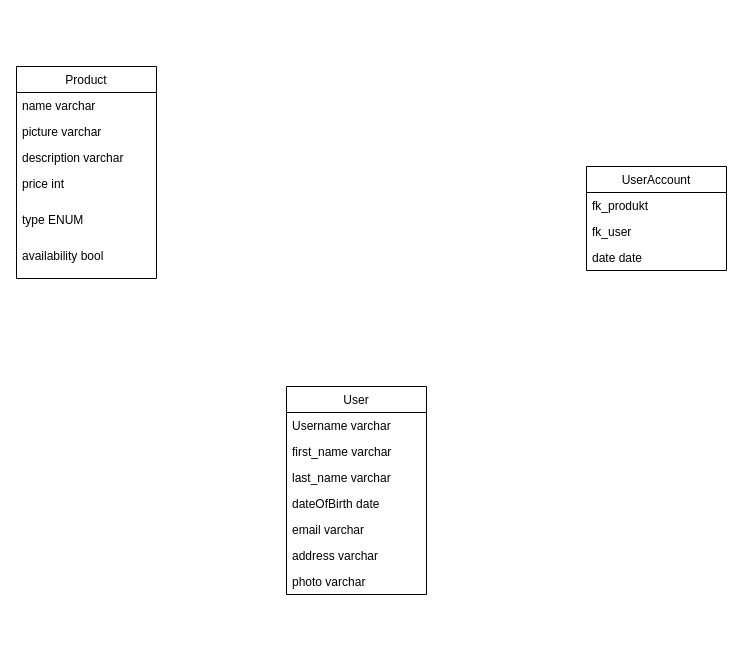
Before: database/database_ecommerce.drawio in ChavesJimmy/FSWD-TeamProject-Group9, a draw.io diagram. Source tidied: cells renumbered, new cells numbered last; positions are measured from the earlier drawing's top-left corner, leaving out a move shared by most shapes. Both pictures are drawn from the tidied source at 100%, with x=0, y=0 at pixel (16, 66).
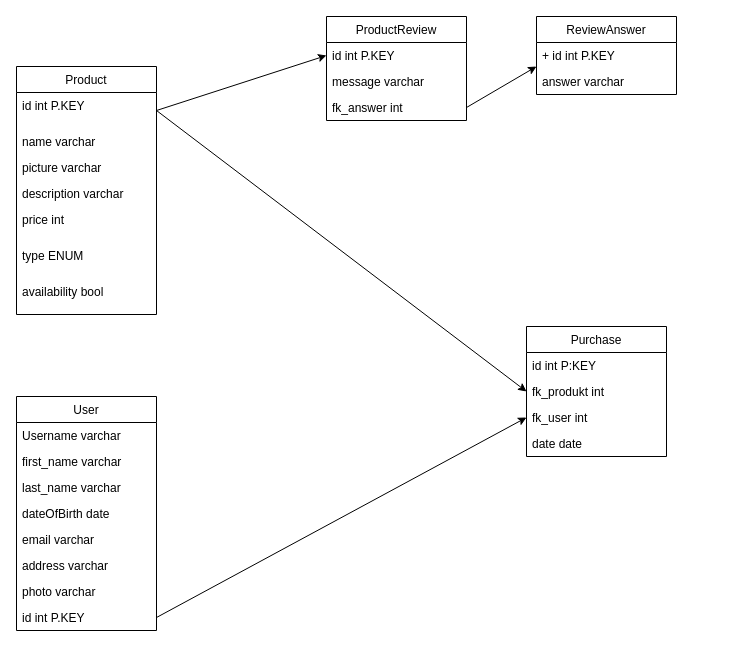
Above is the later version.

Diff of the diagram source:
```diff
@@
     <mxCell id="2" value="Product" style="swimlane;fontStyle=0;horizontal=1;startSize=26;fillColor=none;" parent="1" vertex="1">
-      <mxGeometry width="140" height="212" as="geometry" />
+      <mxGeometry width="140" height="248" as="geometry" />
     </mxCell>
+    <mxCell id="21" value="id int P.KEY" style="text;strokeColor=none;fillColor=none;align=left;verticalAlign=top;spacingLeft=4;spacingRight=4;overflow=hidden;points=[[0,0.5],[1,0.5]];portConstraint=eastwest;" parent="2" vertex="1">
+      <mxGeometry y="26" width="140" height="36" as="geometry" />
+    </mxCell>
     <mxCell id="3" value="name varchar" style="text;strokeColor=none;fillColor=none;align=left;verticalAlign=top;spacingLeft=4;spacingRight=4;overflow=hidden;" parent="2" vertex="1">
-      <mxGeometry y="26" width="140" height="26" as="geometry" />
+      <mxGeometry y="62" width="140" height="26" as="geometry" />
     </mxCell>
     <mxCell id="4" value="picture varchar" style="text;strokeColor=none;fillColor=none;align=left;verticalAlign=top;spacingLeft=4;spacingRight=4;overflow=hidden;" parent="2" vertex="1">
-      <mxGeometry y="52" width="140" height="26" as="geometry" />
+      <mxGeometry y="88" width="140" height="26" as="geometry" />
     </mxCell>
     <mxCell id="5" value="description varchar" style="text;strokeColor=none;fillColor=none;align=left;verticalAlign=top;spacingLeft=4;spacingRight=4;overflow=hidden;" parent="2" vertex="1">
-      <mxGeometry y="78" width="140" height="26" as="geometry" />
+      <mxGeometry y="114" width="140" height="26" as="geometry" />
     </mxCell>
     <mxCell id="6" value="price int" style="text;strokeColor=none;fillColor=none;align=left;verticalAlign=top;spacingLeft=4;spacingRight=4;overflow=hidden;" parent="2" vertex="1">
-      <mxGeometry y="104" width="140" height="36" as="geometry" />
+      <mxGeometry y="140" width="140" height="36" as="geometry" />
     </mxCell>
     <mxCell id="7" value="type ENUM" style="text;strokeColor=none;fillColor=none;align=left;verticalAlign=top;spacingLeft=4;spacingRight=4;overflow=hidden;" parent="2" vertex="1">
-      <mxGeometry y="140" width="140" height="36" as="geometry" />
+      <mxGeometry y="176" width="140" height="36" as="geometry" />
     </mxCell>
     <mxCell id="8" value="availability bool" style="text;strokeColor=none;fillColor=none;align=left;verticalAlign=top;spacingLeft=4;spacingRight=4;overflow=hidden;" parent="2" vertex="1">
-      <mxGeometry y="176" width="140" height="36" as="geometry" />
+      <mxGeometry y="212" width="140" height="36" as="geometry" />
     </mxCell>
     <mxCell id="9" value="User" style="swimlane;fontStyle=0;horizontal=1;startSize=26;fillColor=none;" parent="1" vertex="1">
-      <mxGeometry x="270" y="320" width="140" height="208" as="geometry" />
+      <mxGeometry y="330" width="140" height="234" as="geometry" />
     </mxCell>
@@
+    <mxCell id="22" value="id int P.KEY" style="text;strokeColor=none;fillColor=none;align=left;verticalAlign=top;spacingLeft=4;spacingRight=4;overflow=hidden;points=[[0,0.5],[1,0.5]];portConstraint=eastwest;" parent="9" vertex="1">
+      <mxGeometry y="208" width="140" height="26" as="geometry" />
+    </mxCell>
-    <mxCell id="17" value="UserAccount" style="swimlane;fontStyle=0;horizontal=1;startSize=26;fillColor=none;" parent="1" vertex="1">
-      <mxGeometry x="570" y="100" width="140" height="104" as="geometry" />
+    <mxCell id="17" value="Purchase" style="swimlane;fontStyle=0;horizontal=1;startSize=26;fillColor=none;" parent="1" vertex="1">
+      <mxGeometry x="510" y="260" width="140" height="130" as="geometry" />
     </mxCell>
+    <mxCell id="23" value="id int P:KEY" style="text;strokeColor=none;fillColor=none;align=left;verticalAlign=top;spacingLeft=4;spacingRight=4;overflow=hidden;" parent="17" vertex="1">
+      <mxGeometry y="26" width="140" height="26" as="geometry" />
+    </mxCell>
-    <mxCell id="18" value="fk_produkt" style="text;strokeColor=none;fillColor=none;align=left;verticalAlign=top;spacingLeft=4;spacingRight=4;overflow=hidden;points=[[0,0.5],[1,0.5]];portConstraint=eastwest;" parent="17" vertex="1">
-      <mxGeometry y="26" width="140" height="26" as="geometry" />
+    <mxCell id="18" value="fk_produkt int" style="text;strokeColor=none;fillColor=none;align=left;verticalAlign=top;spacingLeft=4;spacingRight=4;overflow=hidden;points=[[0,0.5],[1,0.5]];portConstraint=eastwest;" parent="17" vertex="1">
+      <mxGeometry y="52" width="140" height="26" as="geometry" />
     </mxCell>
-    <mxCell id="19" value="fk_user" style="text;strokeColor=none;fillColor=none;align=left;verticalAlign=top;spacingLeft=4;spacingRight=4;overflow=hidden;points=[[0,0.5],[1,0.5]];portConstraint=eastwest;" parent="17" vertex="1">
-      <mxGeometry y="52" width="140" height="26" as="geometry" />
+    <mxCell id="19" value="fk_user int" style="text;strokeColor=none;fillColor=none;align=left;verticalAlign=top;spacingLeft=4;spacingRight=4;overflow=hidden;points=[[0,0.5],[1,0.5]];portConstraint=eastwest;" parent="17" vertex="1">
+      <mxGeometry y="78" width="140" height="26" as="geometry" />
     </mxCell>
     <mxCell id="20" value="date date" style="text;strokeColor=none;fillColor=none;align=left;verticalAlign=top;spacingLeft=4;spacingRight=4;overflow=hidden;" parent="17" vertex="1">
-      <mxGeometry y="78" width="140" height="26" as="geometry" />
+      <mxGeometry y="104" width="140" height="26" as="geometry" />
     </mxCell>
+    <mxCell id="24" style="edgeStyle=none;html=1;entryX=0;entryY=0.5;entryDx=0;entryDy=0;exitX=1;exitY=0.5;exitDx=0;exitDy=0;" parent="1" edge="1" source="21" target="18">
+      <mxGeometry relative="1" as="geometry" />
+    </mxCell>
+    <mxCell id="25" style="edgeStyle=none;html=1;entryX=0;entryY=0.5;entryDx=0;entryDy=0;exitX=1;exitY=0.5;exitDx=0;exitDy=0;" parent="1" edge="1" source="22" target="19">
+      <mxGeometry relative="1" as="geometry" />
+    </mxCell>
+    <mxCell id="26" value="ProductReview" style="swimlane;fontStyle=0;horizontal=1;startSize=26;fillColor=none;" parent="1" vertex="1">
+      <mxGeometry x="310" y="-50" width="140" height="104" as="geometry" />
+    </mxCell>
+    <mxCell id="27" value="id int P.KEY" style="text;strokeColor=none;fillColor=none;align=left;verticalAlign=top;spacingLeft=4;spacingRight=4;overflow=hidden;" parent="26" vertex="1">
+      <mxGeometry y="26" width="140" height="26" as="geometry" />
+    </mxCell>
+    <mxCell id="28" value="message varchar" style="text;strokeColor=none;fillColor=none;align=left;verticalAlign=top;spacingLeft=4;spacingRight=4;overflow=hidden;" parent="26" vertex="1">
+      <mxGeometry y="52" width="140" height="26" as="geometry" />
+    </mxCell>
+    <mxCell id="29" value="fk_answer int" style="text;strokeColor=none;fillColor=none;align=left;verticalAlign=top;spacingLeft=4;spacingRight=4;overflow=hidden;points=[[0,0.5],[1,0.5]];portConstraint=eastwest;" parent="26" vertex="1">
+      <mxGeometry y="78" width="140" height="26" as="geometry" />
+    </mxCell>
+    <mxCell id="30" style="edgeStyle=none;html=1;exitX=1;exitY=0.5;exitDx=0;exitDy=0;" parent="1" edge="1" source="21">
+      <mxGeometry relative="1" as="geometry">
+        <mxPoint x="310" y="-11" as="targetPoint" />
+      </mxGeometry>
+    </mxCell>
+    <mxCell id="31" value="ReviewAnswer" style="swimlane;fontStyle=0;horizontal=1;startSize=26;fillColor=none;" parent="1" vertex="1">
+      <mxGeometry x="520" y="-50" width="140" height="78" as="geometry" />
+    </mxCell>
+    <mxCell id="32" value="+ id int P.KEY" style="text;strokeColor=none;fillColor=none;align=left;verticalAlign=top;spacingLeft=4;spacingRight=4;overflow=hidden;" parent="31" vertex="1">
+      <mxGeometry y="26" width="140" height="26" as="geometry" />
+    </mxCell>
+    <mxCell id="33" value="answer varchar" style="text;strokeColor=none;fillColor=none;align=left;verticalAlign=top;spacingLeft=4;spacingRight=4;overflow=hidden;" parent="31" vertex="1">
+      <mxGeometry y="52" width="140" height="26" as="geometry" />
+    </mxCell>
+    <mxCell id="34" style="edgeStyle=none;html=1;exitX=1;exitY=0.5;exitDx=0;exitDy=0;" parent="1" edge="1" source="29">
+      <mxGeometry relative="1" as="geometry">
+        <mxPoint x="520" as="targetPoint" />
+      </mxGeometry>
+    </mxCell>
```
